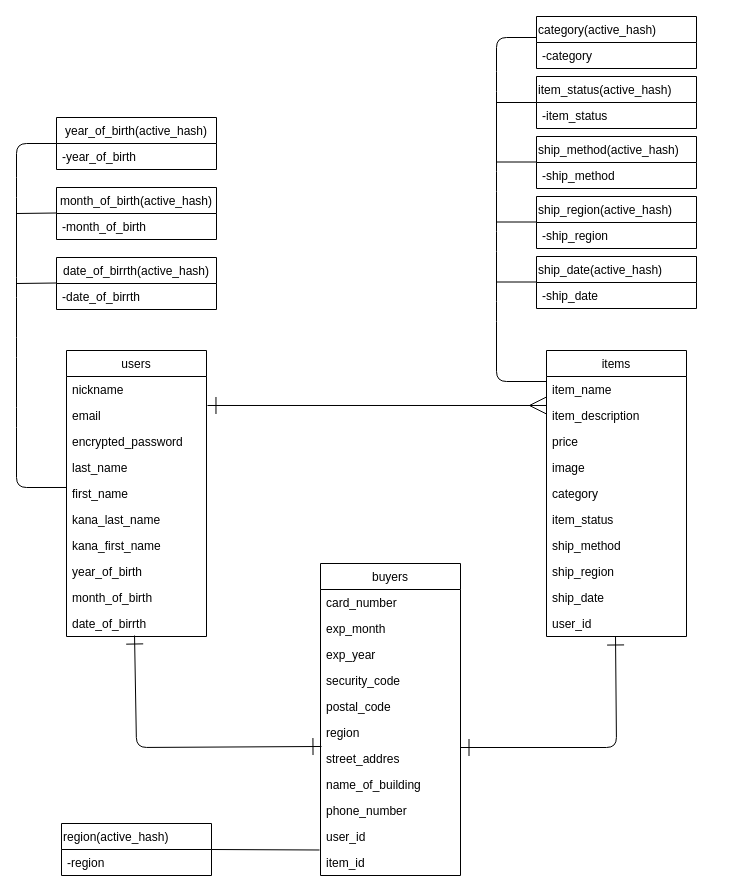
zskzsk92/furima-38721 keeps this draw.io diagram as ER.dio. Above is the earlier version. Source tidied: cells renumbered, new cells numbered last; positions are measured from the earlier drawing's top-left corner, leaving out a move shared by most shapes. Both pictures are drawn from the tidied source at 100%, with x=0, y=0 at pixel (16, 16).
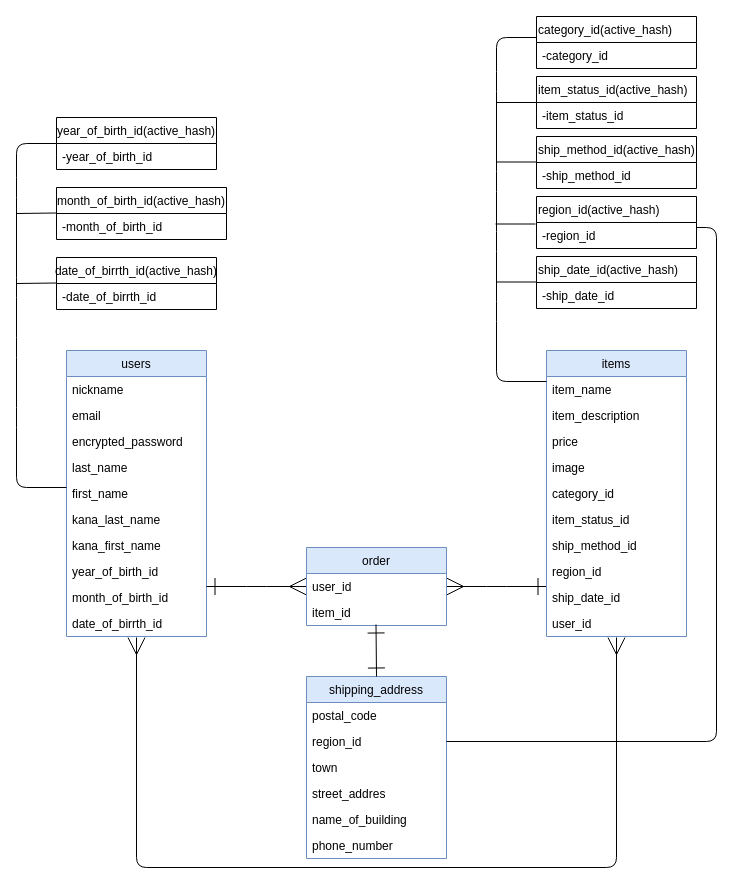
The same page after the edit.

Commit message (it also covers changes not shown here):
ER図・READMEの修正

Unchanged cells that the change refers to:
```xml
<mxCell id="4" value="nickname" style="text;strokeColor=none;fillColor=none;align=left;verticalAlign=top;spacingLeft=4;spacingRight=4;overflow=hidden;points=[[0,0.5],[1,0.5]];portConstraint=eastwest;" parent="3" vertex="1">
  <mxGeometry y="26" width="140" height="26" as="geometry" />
</mxCell>
<mxCell id="17" value="item_description&#10;" style="text;strokeColor=none;fillColor=none;align=left;verticalAlign=top;spacingLeft=4;spacingRight=4;overflow=hidden;points=[[0,0.5],[1,0.5]];portConstraint=eastwest;" parent="15" vertex="1">
  <mxGeometry y="52" width="140" height="26" as="geometry" />
</mxCell>
<mxCell id="25" value="user_id" style="text;strokeColor=none;fillColor=none;align=left;verticalAlign=top;spacingLeft=4;spacingRight=4;overflow=hidden;points=[[0,0.5],[1,0.5]];portConstraint=eastwest;" parent="15" vertex="1">
  <mxGeometry y="260" width="140" height="26" as="geometry" />
</mxCell>
```

The edit, as a diff of the source:
```diff
@@
-    <mxCell id="2" style="edgeStyle=none;html=1;endArrow=ERmany;endFill=0;startArrow=ERone;startFill=0;exitX=1.007;exitY=1.115;exitDx=0;exitDy=0;exitPerimeter=0;entryX=0;entryY=0.115;entryDx=0;entryDy=0;entryPerimeter=0;endSize=15;startSize=15;" parent="1" edge="1" source="4" target="17">
-      <mxGeometry relative="1" as="geometry" />
-    </mxCell>
+    <mxCell id="67" style="edgeStyle=none;html=1;startArrow=ERmany;startFill=0;endArrow=ERmany;endFill=0;startSize=15;endSize=15;" parent="1" edge="1">
+      <mxGeometry relative="1" as="geometry">
+        <mxPoint x="120" y="621" as="sourcePoint" />
+        <mxPoint x="600" y="621" as="targetPoint" />
+        <Array as="points">
+          <mxPoint x="120" y="851" />
+          <mxPoint x="600" y="851" />
+        </Array>
+      </mxGeometry>
+    </mxCell>
-    <mxCell id="3" value="users" style="swimlane;fontStyle=0;horizontal=1;startSize=26;fillColor=none;" parent="1" vertex="1">
+    <mxCell id="3" value="users" style="swimlane;fontStyle=0;horizontal=1;startSize=26;fillColor=#dae8fc;strokeColor=#6c8ebf;" parent="1" vertex="1">
       <mxGeometry x="50" y="334" width="140" height="286" as="geometry" />
     </mxCell>
@@
-    <mxCell id="11" value="year_of_birth" style="text;strokeColor=none;fillColor=none;align=left;verticalAlign=top;spacingLeft=4;spacingRight=4;overflow=hidden;" parent="3" vertex="1">
+    <mxCell id="11" value="year_of_birth_id" style="text;strokeColor=none;fillColor=none;align=left;verticalAlign=top;spacingLeft=4;spacingRight=4;overflow=hidden;" parent="3" vertex="1">
       <mxGeometry y="208" width="140" height="26" as="geometry" />
     </mxCell>
-    <mxCell id="12" value="month_of_birth" style="text;strokeColor=none;fillColor=none;align=left;verticalAlign=top;spacingLeft=4;spacingRight=4;overflow=hidden;" parent="3" vertex="1">
+    <mxCell id="12" value="month_of_birth_id" style="text;strokeColor=none;fillColor=none;align=left;verticalAlign=top;spacingLeft=4;spacingRight=4;overflow=hidden;" parent="3" vertex="1">
       <mxGeometry y="234" width="140" height="26" as="geometry" />
     </mxCell>
-    <mxCell id="13" value="date_of_birrth" style="text;strokeColor=none;fillColor=none;align=left;verticalAlign=top;spacingLeft=4;spacingRight=4;overflow=hidden;points=[[0,0.5],[1,0.5]];portConstraint=eastwest;" parent="3" vertex="1">
+    <mxCell id="13" value="date_of_birrth_id" style="text;strokeColor=none;fillColor=none;align=left;verticalAlign=top;spacingLeft=4;spacingRight=4;overflow=hidden;points=[[0,0.5],[1,0.5]];portConstraint=eastwest;" parent="3" vertex="1">
       <mxGeometry y="260" width="140" height="26" as="geometry" />
     </mxCell>
-    <mxCell id="14" style="edgeStyle=none;html=1;startArrow=ERone;startFill=0;endArrow=ERone;endFill=0;endSize=15;startSize=15;entryX=1;entryY=0.077;entryDx=0;entryDy=0;entryPerimeter=0;exitX=0.493;exitY=1;exitDx=0;exitDy=0;exitPerimeter=0;" parent="1" edge="1" source="25" target="33">
+    <mxCell id="14" style="edgeStyle=none;html=1;startArrow=ERone;startFill=0;endArrow=ERmany;endFill=0;endSize=15;startSize=15;exitX=0;exitY=0.077;exitDx=0;exitDy=0;exitPerimeter=0;entryX=1;entryY=0.5;entryDx=0;entryDy=0;" parent="1" edge="1" source="24" target="36">
       <mxGeometry relative="1" as="geometry">
         <Array as="points">
-          <mxPoint x="600" y="731" />
+          <mxPoint x="480" y="570" />
         </Array>
       </mxGeometry>
     </mxCell>
-    <mxCell id="15" value="items" style="swimlane;fontStyle=0;horizontal=1;startSize=26;fillColor=none;" parent="1" vertex="1">
+    <mxCell id="15" value="items" style="swimlane;fontStyle=0;horizontal=1;startSize=26;fillColor=#dae8fc;strokeColor=#6c8ebf;" parent="1" vertex="1">
       <mxGeometry x="530" y="334" width="140" height="286" as="geometry" />
     </mxCell>
@@
-    <mxCell id="20" value="category" style="text;strokeColor=none;fillColor=none;align=left;verticalAlign=top;spacingLeft=4;spacingRight=4;overflow=hidden;" parent="15" vertex="1">
+    <mxCell id="20" value="category_id" style="text;strokeColor=none;fillColor=none;align=left;verticalAlign=top;spacingLeft=4;spacingRight=4;overflow=hidden;" parent="15" vertex="1">
       <mxGeometry y="130" width="140" height="26" as="geometry" />
     </mxCell>
-    <mxCell id="21" value="item_status" style="text;strokeColor=none;fillColor=none;align=left;verticalAlign=top;spacingLeft=4;spacingRight=4;overflow=hidden;" parent="15" vertex="1">
+    <mxCell id="21" value="item_status_id" style="text;strokeColor=none;fillColor=none;align=left;verticalAlign=top;spacingLeft=4;spacingRight=4;overflow=hidden;" parent="15" vertex="1">
       <mxGeometry y="156" width="140" height="26" as="geometry" />
     </mxCell>
-    <mxCell id="22" value="ship_method" style="text;strokeColor=none;fillColor=none;align=left;verticalAlign=top;spacingLeft=4;spacingRight=4;overflow=hidden;" parent="15" vertex="1">
+    <mxCell id="22" value="ship_method_id" style="text;strokeColor=none;fillColor=none;align=left;verticalAlign=top;spacingLeft=4;spacingRight=4;overflow=hidden;" parent="15" vertex="1">
       <mxGeometry y="182" width="140" height="26" as="geometry" />
     </mxCell>
-    <mxCell id="23" value="ship_region" style="text;strokeColor=none;fillColor=none;align=left;verticalAlign=top;spacingLeft=4;spacingRight=4;overflow=hidden;" parent="15" vertex="1">
+    <mxCell id="23" value="region_id" style="text;strokeColor=none;fillColor=none;align=left;verticalAlign=top;spacingLeft=4;spacingRight=4;overflow=hidden;" parent="15" vertex="1">
       <mxGeometry y="208" width="140" height="26" as="geometry" />
     </mxCell>
-    <mxCell id="24" value="ship_date&#10;" style="text;strokeColor=none;fillColor=none;align=left;verticalAlign=top;spacingLeft=4;spacingRight=4;overflow=hidden;points=[[0,0.5],[1,0.5]];portConstraint=eastwest;" parent="15" vertex="1">
+    <mxCell id="24" value="ship_date_id&#10;" style="text;strokeColor=none;fillColor=none;align=left;verticalAlign=top;spacingLeft=4;spacingRight=4;overflow=hidden;points=[[0,0.5],[1,0.5]];portConstraint=eastwest;" parent="15" vertex="1">
       <mxGeometry y="234" width="140" height="26" as="geometry" />
     </mxCell>
@@
-    <mxCell id="26" value="buyers" style="swimlane;fontStyle=0;horizontal=1;startSize=26;fillColor=none;" parent="1" vertex="1">
-      <mxGeometry x="304" y="547" width="140" height="312" as="geometry" />
+    <mxCell id="26" value="shipping_address" style="swimlane;fontStyle=0;horizontal=1;startSize=26;fillColor=#dae8fc;strokeColor=#6c8ebf;" parent="1" vertex="1">
+      <mxGeometry x="290" y="660" width="140" height="182" as="geometry" />
     </mxCell>
-    <mxCell id="27" value="card_number" style="text;strokeColor=none;fillColor=none;align=left;verticalAlign=top;spacingLeft=4;spacingRight=4;overflow=hidden;" parent="26" vertex="1">
-      <mxGeometry y="26" width="140" height="26" as="geometry" />
-    </mxCell>
-    <mxCell id="28" value="exp_month" style="text;strokeColor=none;fillColor=none;align=left;verticalAlign=top;spacingLeft=4;spacingRight=4;overflow=hidden;" parent="26" vertex="1">
-      <mxGeometry y="52" width="140" height="26" as="geometry" />
-    </mxCell>
-    <mxCell id="29" value="exp_year" style="text;strokeColor=none;fillColor=none;align=left;verticalAlign=top;spacingLeft=4;spacingRight=4;overflow=hidden;" parent="26" vertex="1">
-      <mxGeometry y="78" width="140" height="26" as="geometry" />
-    </mxCell>
-    <mxCell id="30" value="security_code" style="text;strokeColor=none;fillColor=none;align=left;verticalAlign=top;spacingLeft=4;spacingRight=4;overflow=hidden;" parent="26" vertex="1">
-      <mxGeometry y="104" width="140" height="26" as="geometry" />
-    </mxCell>
     <mxCell id="31" value="postal_code" style="text;strokeColor=none;fillColor=none;align=left;verticalAlign=top;spacingLeft=4;spacingRight=4;overflow=hidden;" parent="26" vertex="1">
-      <mxGeometry y="130" width="140" height="26" as="geometry" />
+      <mxGeometry y="26" width="140" height="26" as="geometry" />
     </mxCell>
-    <mxCell id="32" value="region" style="text;strokeColor=none;fillColor=none;align=left;verticalAlign=top;spacingLeft=4;spacingRight=4;overflow=hidden;points=[[0,0.5],[1,0.5]];portConstraint=eastwest;" parent="26" vertex="1">
-      <mxGeometry y="156" width="140" height="26" as="geometry" />
+    <mxCell id="32" value="region_id" style="text;strokeColor=none;fillColor=none;align=left;verticalAlign=top;spacingLeft=4;spacingRight=4;overflow=hidden;points=[[0,0.5],[1,0.5]];portConstraint=eastwest;" parent="26" vertex="1">
+      <mxGeometry y="52" width="140" height="26" as="geometry" />
     </mxCell>
+    <mxCell id="68" value="town" style="text;strokeColor=none;fillColor=none;align=left;verticalAlign=top;spacingLeft=4;spacingRight=4;overflow=hidden;" parent="26" vertex="1">
+      <mxGeometry y="78" width="140" height="26" as="geometry" />
+    </mxCell>
     <mxCell id="33" value="street_addres" style="text;strokeColor=none;fillColor=none;align=left;verticalAlign=top;spacingLeft=4;spacingRight=4;overflow=hidden;points=[[0,0.5],[1,0.5]];portConstraint=eastwest;" parent="26" vertex="1">
-      <mxGeometry y="182" width="140" height="26" as="geometry" />
+      <mxGeometry y="104" width="140" height="26" as="geometry" />
     </mxCell>
     <mxCell id="34" value="name_of_building" style="text;strokeColor=none;fillColor=none;align=left;verticalAlign=top;spacingLeft=4;spacingRight=4;overflow=hidden;" parent="26" vertex="1">
-      <mxGeometry y="208" width="140" height="26" as="geometry" />
+      <mxGeometry y="130" width="140" height="26" as="geometry" />
     </mxCell>
     <mxCell id="35" value="phone_number" style="text;strokeColor=none;fillColor=none;align=left;verticalAlign=top;spacingLeft=4;spacingRight=4;overflow=hidden;" parent="26" vertex="1">
-      <mxGeometry y="234" width="140" height="26" as="geometry" />
+      <mxGeometry y="156" width="140" height="26" as="geometry" />
     </mxCell>
-    <mxCell id="36" value="user_id" style="text;strokeColor=none;fillColor=none;align=left;verticalAlign=top;spacingLeft=4;spacingRight=4;overflow=hidden;points=[[0,0.5],[1,0.5]];portConstraint=eastwest;" parent="26" vertex="1">
-      <mxGeometry y="260" width="140" height="26" as="geometry" />
-    </mxCell>
-    <mxCell id="37" value="item_id" style="text;strokeColor=none;fillColor=none;align=left;verticalAlign=top;spacingLeft=4;spacingRight=4;overflow=hidden;points=[[0,0.5],[1,0.5]];portConstraint=eastwest;" parent="26" vertex="1">
-      <mxGeometry y="286" width="140" height="26" as="geometry" />
-    </mxCell>
-    <mxCell id="38" style="edgeStyle=none;html=1;startArrow=ERone;startFill=0;endArrow=ERone;endFill=0;endSize=15;startSize=15;exitX=0.007;exitY=0.038;exitDx=0;exitDy=0;exitPerimeter=0;entryX=0.486;entryY=0.962;entryDx=0;entryDy=0;entryPerimeter=0;" parent="1" edge="1" source="33" target="13">
+    <mxCell id="38" style="edgeStyle=none;html=1;startArrow=ERmany;startFill=0;endArrow=ERone;endFill=0;endSize=15;startSize=15;exitX=0;exitY=0.5;exitDx=0;exitDy=0;" parent="1" edge="1" source="36">
       <mxGeometry relative="1" as="geometry">
+        <mxPoint x="190" y="570" as="targetPoint" />
         <Array as="points">
-          <mxPoint x="120" y="731" />
+          <mxPoint x="240" y="570" />
         </Array>
       </mxGeometry>
     </mxCell>
-    <mxCell id="39" value="year_of_birth(active_hash)" style="swimlane;fontStyle=0;horizontal=1;startSize=26;fillColor=none;" parent="1" vertex="1">
+    <mxCell id="39" value="year_of_birth_id(active_hash)" style="swimlane;fontStyle=0;horizontal=1;startSize=26;fillColor=none;" parent="1" vertex="1">
       <mxGeometry x="40" y="101" width="160" height="52" as="geometry" />
     </mxCell>
-    <mxCell id="40" value="-year_of_birth" style="text;strokeColor=none;fillColor=none;align=left;verticalAlign=top;spacingLeft=4;spacingRight=4;overflow=hidden;" parent="39" vertex="1">
+    <mxCell id="40" value="-year_of_birth_id" style="text;strokeColor=none;fillColor=none;align=left;verticalAlign=top;spacingLeft=4;spacingRight=4;overflow=hidden;" parent="39" vertex="1">
       <mxGeometry y="26" width="160" height="26" as="geometry" />
     </mxCell>
@@
-    <mxCell id="42" value="date_of_birrth(active_hash)" style="swimlane;fontStyle=0;horizontal=1;startSize=26;fillColor=none;" parent="1" vertex="1">
+    <mxCell id="42" value="date_of_birrth_id(active_hash)" style="swimlane;fontStyle=0;horizontal=1;startSize=26;fillColor=none;" parent="1" vertex="1">
       <mxGeometry x="40" y="241" width="160" height="52" as="geometry" />
     </mxCell>
-    <mxCell id="43" value="-date_of_birrth" style="text;strokeColor=none;fillColor=none;align=left;verticalAlign=top;spacingLeft=4;spacingRight=4;overflow=hidden;" parent="42" vertex="1">
+    <mxCell id="43" value="-date_of_birrth_id" style="text;strokeColor=none;fillColor=none;align=left;verticalAlign=top;spacingLeft=4;spacingRight=4;overflow=hidden;" parent="42" vertex="1">
       <mxGeometry y="26" width="160" height="26" as="geometry" />
     </mxCell>
-    <mxCell id="44" value="month_of_birth(active_hash)" style="swimlane;fontStyle=0;horizontal=1;startSize=26;fillColor=none;" parent="1" vertex="1">
-      <mxGeometry x="40" y="171" width="160" height="52" as="geometry" />
+    <mxCell id="44" value="month_of_birth_id(active_hash)" style="swimlane;fontStyle=0;horizontal=1;startSize=26;fillColor=none;" parent="1" vertex="1">
+      <mxGeometry x="40" y="171" width="170" height="52" as="geometry" />
     </mxCell>
-    <mxCell id="45" value="-month_of_birth" style="text;strokeColor=none;fillColor=none;align=left;verticalAlign=top;spacingLeft=4;spacingRight=4;overflow=hidden;" parent="44" vertex="1">
-      <mxGeometry y="26" width="160" height="26" as="geometry" />
+    <mxCell id="45" value="-month_of_birth_id" style="text;strokeColor=none;fillColor=none;align=left;verticalAlign=top;spacingLeft=4;spacingRight=4;overflow=hidden;" parent="44" vertex="1">
+      <mxGeometry y="26" width="170" height="26" as="geometry" />
     </mxCell>
@@
-    <mxCell id="49" style="edgeStyle=none;html=1;exitX=1;exitY=0.5;exitDx=0;exitDy=0;endArrow=none;endFill=0;entryX=-0.007;entryY=0.019;entryDx=0;entryDy=0;entryPerimeter=0;" parent="1" edge="1" source="50" target="37">
-      <mxGeometry relative="1" as="geometry" />
-    </mxCell>
-    <mxCell id="50" value="region(active_hash)" style="swimlane;fontStyle=0;horizontal=1;startSize=26;fillColor=none;align=left;" parent="1" vertex="1">
-      <mxGeometry x="45" y="807" width="150" height="52" as="geometry" />
-    </mxCell>
-    <mxCell id="51" value="-region" style="text;strokeColor=none;fillColor=none;align=left;verticalAlign=top;spacingLeft=4;spacingRight=4;overflow=hidden;" parent="50" vertex="1">
-      <mxGeometry y="26" width="150" height="26" as="geometry" />
-    </mxCell>
@@
-    <mxCell id="53" value="item_status(active_hash)" style="swimlane;fontStyle=0;horizontal=1;startSize=26;fillColor=none;align=left;" parent="1" vertex="1">
+    <mxCell id="53" value="item_status_id(active_hash)" style="swimlane;fontStyle=0;horizontal=1;startSize=26;fillColor=none;align=left;" parent="1" vertex="1">
       <mxGeometry x="520" y="60" width="160" height="52" as="geometry" />
     </mxCell>
-    <mxCell id="54" value="-item_status" style="text;strokeColor=none;fillColor=none;align=left;verticalAlign=top;spacingLeft=4;spacingRight=4;overflow=hidden;" parent="53" vertex="1">
+    <mxCell id="54" value="-item_status_id" style="text;strokeColor=none;fillColor=none;align=left;verticalAlign=top;spacingLeft=4;spacingRight=4;overflow=hidden;" parent="53" vertex="1">
       <mxGeometry y="26" width="160" height="26" as="geometry" />
     </mxCell>
-    <mxCell id="55" value="ship_method(active_hash)" style="swimlane;fontStyle=0;horizontal=1;startSize=26;fillColor=none;align=left;" parent="1" vertex="1">
+    <mxCell id="55" value="ship_method_id(active_hash)" style="swimlane;fontStyle=0;horizontal=1;startSize=26;fillColor=none;align=left;" parent="1" vertex="1">
       <mxGeometry x="520" y="120" width="160" height="52" as="geometry" />
     </mxCell>
-    <mxCell id="56" value="-ship_method" style="text;strokeColor=none;fillColor=none;align=left;verticalAlign=top;spacingLeft=4;spacingRight=4;overflow=hidden;" parent="55" vertex="1">
+    <mxCell id="56" value="-ship_method_id" style="text;strokeColor=none;fillColor=none;align=left;verticalAlign=top;spacingLeft=4;spacingRight=4;overflow=hidden;" parent="55" vertex="1">
       <mxGeometry y="26" width="160" height="26" as="geometry" />
     </mxCell>
-    <mxCell id="57" value="category(active_hash)" style="swimlane;fontStyle=0;horizontal=1;startSize=26;fillColor=none;align=left;" parent="1" vertex="1">
+    <mxCell id="57" value="category_id(active_hash)" style="swimlane;fontStyle=0;horizontal=1;startSize=26;fillColor=none;align=left;" parent="1" vertex="1">
       <mxGeometry x="520" width="160" height="52" as="geometry" />
     </mxCell>
-    <mxCell id="58" value="-category" style="text;strokeColor=none;fillColor=none;align=left;verticalAlign=top;spacingLeft=4;spacingRight=4;overflow=hidden;" parent="57" vertex="1">
+    <mxCell id="58" value="-category_id" style="text;strokeColor=none;fillColor=none;align=left;verticalAlign=top;spacingLeft=4;spacingRight=4;overflow=hidden;" parent="57" vertex="1">
       <mxGeometry y="26" width="160" height="26" as="geometry" />
     </mxCell>
-    <mxCell id="59" value="ship_region(active_hash)" style="swimlane;fontStyle=0;horizontal=1;startSize=26;fillColor=none;align=left;" parent="1" vertex="1">
+    <mxCell id="59" value="region_id(active_hash)" style="swimlane;fontStyle=0;horizontal=1;startSize=26;fillColor=none;align=left;" parent="1" vertex="1">
       <mxGeometry x="520" y="180" width="160" height="52" as="geometry" />
     </mxCell>
-    <mxCell id="60" value="-ship_region" style="text;strokeColor=none;fillColor=none;align=left;verticalAlign=top;spacingLeft=4;spacingRight=4;overflow=hidden;" parent="59" vertex="1">
+    <mxCell id="60" value="-region_id" style="text;strokeColor=none;fillColor=none;align=left;verticalAlign=top;spacingLeft=4;spacingRight=4;overflow=hidden;" parent="59" vertex="1">
       <mxGeometry y="26" width="160" height="26" as="geometry" />
     </mxCell>
-    <mxCell id="61" value="ship_date(active_hash)" style="swimlane;fontStyle=0;horizontal=1;startSize=26;fillColor=none;align=left;" parent="1" vertex="1">
+    <mxCell id="61" value="ship_date_id(active_hash)" style="swimlane;fontStyle=0;horizontal=1;startSize=26;fillColor=none;align=left;" parent="1" vertex="1">
       <mxGeometry x="520" y="240" width="160" height="52" as="geometry" />
     </mxCell>
-    <mxCell id="62" value="-ship_date" style="text;strokeColor=none;fillColor=none;align=left;verticalAlign=top;spacingLeft=4;spacingRight=4;overflow=hidden;" parent="61" vertex="1">
+    <mxCell id="62" value="-ship_date_id" style="text;strokeColor=none;fillColor=none;align=left;verticalAlign=top;spacingLeft=4;spacingRight=4;overflow=hidden;" parent="61" vertex="1">
       <mxGeometry y="26" width="160" height="26" as="geometry" />
     </mxCell>
@@
-    <mxCell id="65" style="edgeStyle=none;html=1;endArrow=none;endFill=0;" parent="1" edge="1">
-      <mxGeometry relative="1" as="geometry">
-        <mxPoint x="520" y="205.5" as="sourcePoint" />
-        <mxPoint x="480" y="205.5" as="targetPoint" />
-      </mxGeometry>
-    </mxCell>
@@
+    <mxCell id="69" style="edgeStyle=none;html=1;endArrow=none;endFill=0;entryX=1;entryY=0.5;entryDx=0;entryDy=0;" parent="1" edge="1" target="32">
+      <mxGeometry relative="1" as="geometry">
+        <mxPoint x="680" y="211" as="sourcePoint" />
+        <Array as="points">
+          <mxPoint x="700" y="211" />
+          <mxPoint x="700" y="725" />
+        </Array>
+      </mxGeometry>
+    </mxCell>
+    <mxCell id="70" value="order" style="swimlane;fontStyle=0;horizontal=1;startSize=26;fillColor=#dae8fc;strokeColor=#6c8ebf;" parent="1" vertex="1">
+      <mxGeometry x="290" y="531" width="140" height="78" as="geometry" />
+    </mxCell>
+    <mxCell id="36" value="user_id" style="text;strokeColor=none;fillColor=none;align=left;verticalAlign=top;spacingLeft=4;spacingRight=4;overflow=hidden;points=[[0,0.5],[1,0.5]];portConstraint=eastwest;" parent="70" vertex="1">
+      <mxGeometry y="26" width="140" height="26" as="geometry" />
+    </mxCell>
+    <mxCell id="37" value="item_id" style="text;strokeColor=none;fillColor=none;align=left;verticalAlign=top;spacingLeft=4;spacingRight=4;overflow=hidden;points=[[0,0.5],[1,0.5]];portConstraint=eastwest;" parent="70" vertex="1">
+      <mxGeometry y="52" width="140" height="26" as="geometry" />
+    </mxCell>
+    <mxCell id="71" style="edgeStyle=none;html=1;endArrow=none;endFill=0;" parent="1" edge="1">
+      <mxGeometry relative="1" as="geometry">
+        <mxPoint x="519" y="207.5" as="sourcePoint" />
+        <mxPoint x="479" y="207.5" as="targetPoint" />
+      </mxGeometry>
+    </mxCell>
+    <mxCell id="72" style="edgeStyle=none;html=1;startArrow=ERone;startFill=0;endArrow=ERone;endFill=0;endSize=15;startSize=15;entryX=0.5;entryY=0;entryDx=0;entryDy=0;" parent="1" edge="1" target="26">
+      <mxGeometry relative="1" as="geometry">
+        <mxPoint x="359.5" y="608" as="sourcePoint" />
+      </mxGeometry>
+    </mxCell>
```
